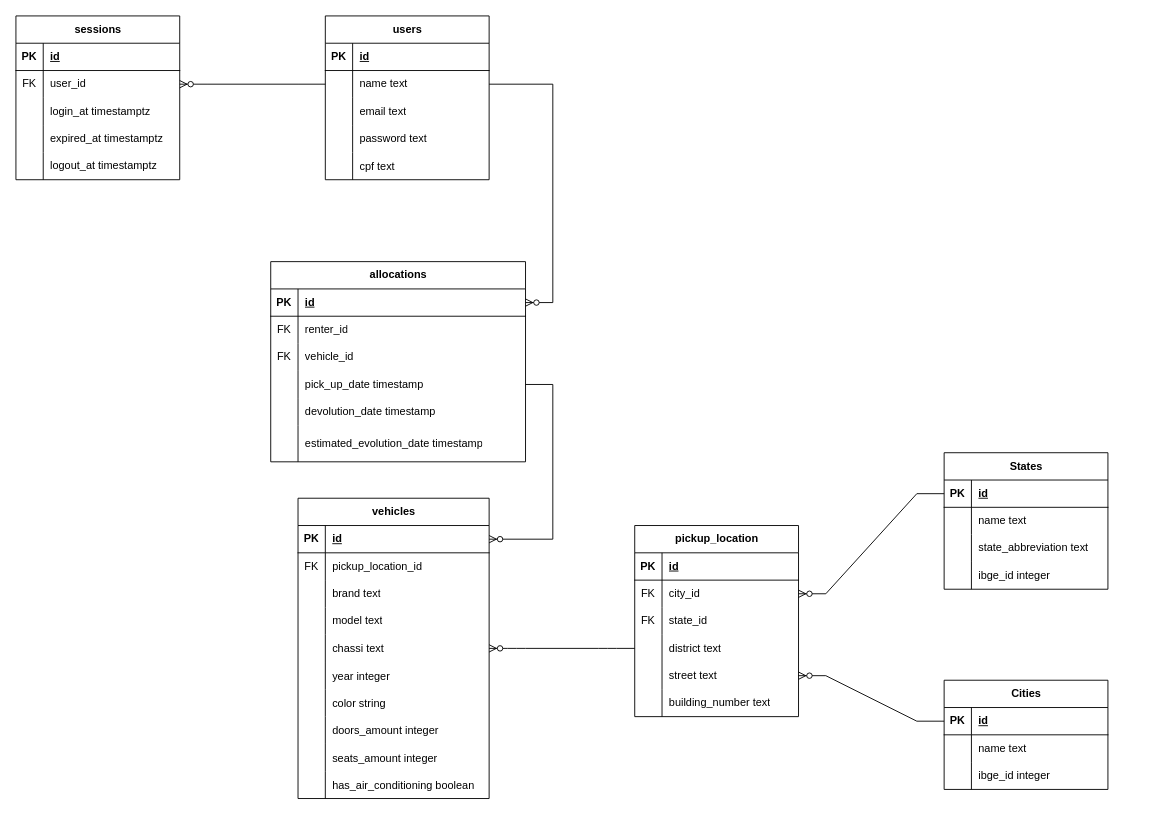
The draw.io diagram docs/model.drawio in RobertCrysthian/go-vehicle-allocation, before the edit. Source tidied: cells renumbered, new cells numbered last; positions are measured from the earlier drawing's top-left corner, leaving out a move shared by most shapes. Both pictures are drawn from the tidied source at 91%, with x=0, y=0 at pixel (15, 15).
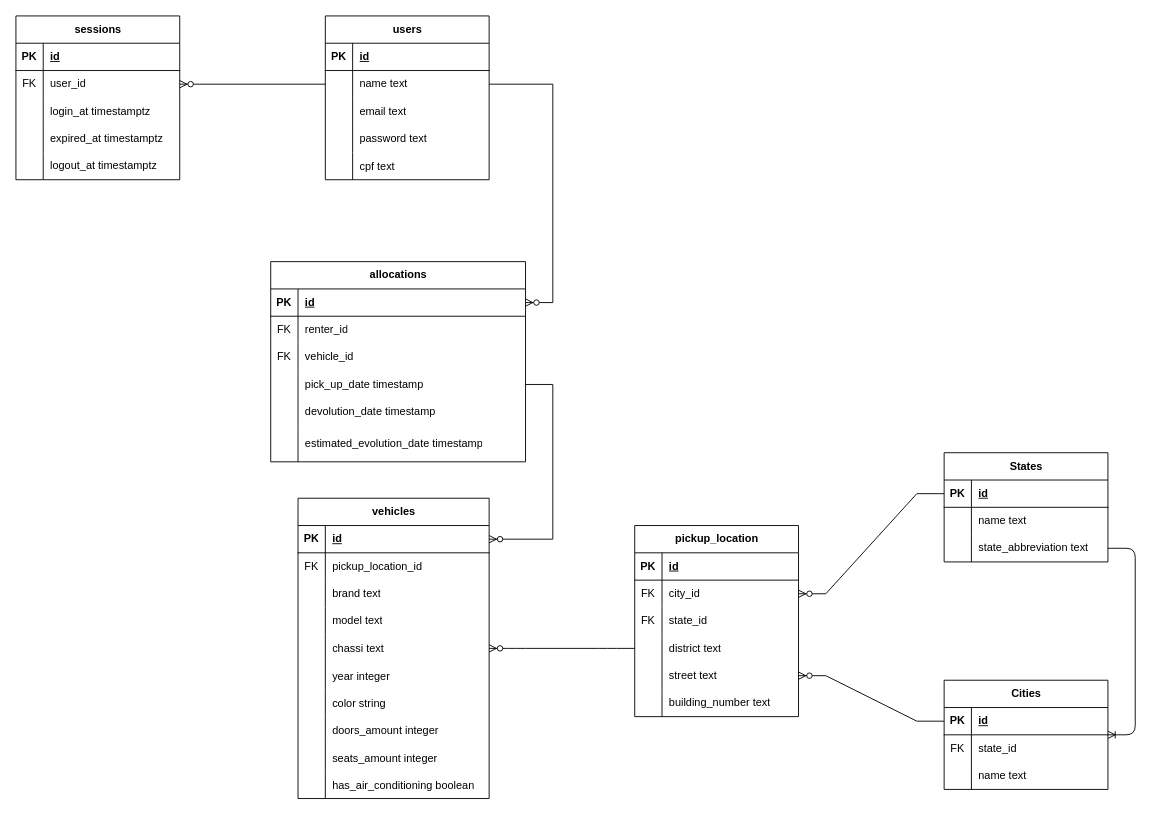
After the change.

Commit message:
Atualizando modelagem

The change refers to these unchanged cells:
```xml
<mxCell id="113" style="shape=tableRow;horizontal=0;startSize=0;swimlaneHead=0;swimlaneBody=0;fillColor=none;points=[[0,0.5],[1,0.5]];portConstraint=eastwest;top=0;left=0;right=0;bottom=0;" parent="106" vertex="1">
  <mxGeometry y="90" width="180" height="30" as="geometry" />
</mxCell>
<mxCell id="119" value="Cities" style="shape=table;startSize=30;childLayout=tableLayout;rowLines=0;fontStyle=1;align=center;html=1;" parent="1" vertex="1">
  <mxGeometry x="1020" y="730" width="180" height="120" as="geometry" />
</mxCell>
```

Change to the diagram source:
```diff
@@
     <mxCell id="106" value="States" style="shape=table;startSize=30;childLayout=tableLayout;rowLines=0;fontStyle=1;align=center;html=1;" parent="1" vertex="1">
-      <mxGeometry x="1020" y="480" width="180" height="150" as="geometry" />
+      <mxGeometry x="1020" y="480" width="180" height="120" as="geometry" />
     </mxCell>
@@
-    <mxCell id="116" style="shape=tableRow;horizontal=0;startSize=0;swimlaneHead=0;swimlaneBody=0;fillColor=none;top=0;left=0;right=0;bottom=0;" parent="106" vertex="1">
-      <mxGeometry y="120" width="180" height="30" as="geometry" />
-    </mxCell>
-    <mxCell id="117" style="shape=partialRectangle;fillColor=none;top=0;left=0;bottom=0;right=0;overflow=hidden;whiteSpace=wrap;html=1;" parent="116" vertex="1">
-      <mxGeometry width="30" height="30" as="geometry" />
-    </mxCell>
-    <mxCell id="118" value="ibge_id integer" style="shape=partialRectangle;fillColor=none;top=0;left=0;bottom=0;right=0;align=left;spacingLeft=6;overflow=hidden;whiteSpace=wrap;html=1;" parent="116" vertex="1">
-      <mxGeometry x="30" width="150" height="30" as="geometry" />
-    </mxCell>
@@
+    <mxCell id="132" style="shape=tableRow;horizontal=0;startSize=0;swimlaneHead=0;swimlaneBody=0;fillColor=none;top=0;left=0;right=0;bottom=0;" parent="119" vertex="1">
+      <mxGeometry y="60" width="180" height="30" as="geometry" />
+    </mxCell>
+    <mxCell id="133" value="FK" style="shape=partialRectangle;fillColor=none;top=0;left=0;bottom=0;right=0;fontStyle=0;overflow=hidden;whiteSpace=wrap;html=1;" parent="132" vertex="1">
+      <mxGeometry width="30" height="30" as="geometry" />
+    </mxCell>
+    <mxCell id="134" value="state_id" style="shape=partialRectangle;fillColor=none;top=0;left=0;bottom=0;right=0;align=left;spacingLeft=6;fontStyle=0;overflow=hidden;whiteSpace=wrap;html=1;" parent="132" vertex="1">
+      <mxGeometry x="30" width="150" height="30" as="geometry" />
+    </mxCell>
     <mxCell id="123" style="shape=tableRow;horizontal=0;startSize=0;swimlaneHead=0;swimlaneBody=0;fillColor=none;top=0;left=0;right=0;bottom=0;" parent="119" vertex="1">
-      <mxGeometry y="60" width="180" height="30" as="geometry" />
+      <mxGeometry y="90" width="180" height="30" as="geometry" />
     </mxCell>
@@
-    <mxCell id="126" style="shape=tableRow;horizontal=0;startSize=0;swimlaneHead=0;swimlaneBody=0;fillColor=none;top=0;left=0;right=0;bottom=0;" parent="119" vertex="1">
-      <mxGeometry y="90" width="180" height="30" as="geometry" />
-    </mxCell>
-    <mxCell id="127" style="shape=partialRectangle;fillColor=none;top=0;left=0;bottom=0;right=0;overflow=hidden;whiteSpace=wrap;html=1;" parent="126" vertex="1">
-      <mxGeometry width="30" height="30" as="geometry" />
-    </mxCell>
-    <mxCell id="128" value="ibge_id integer" style="shape=partialRectangle;fillColor=none;top=0;left=0;bottom=0;right=0;align=left;spacingLeft=6;overflow=hidden;whiteSpace=wrap;html=1;" parent="126" vertex="1">
-      <mxGeometry x="30" width="150" height="30" as="geometry" />
-    </mxCell>
@@
+    <mxCell id="135" style="edgeStyle=entityRelationEdgeStyle;fontSize=12;html=1;endArrow=ERoneToMany;" parent="1" edge="1" source="113" target="119">
+      <mxGeometry relative="1" as="geometry">
+        <Array as="points">
+          <mxPoint x="1260" y="750" />
+        </Array>
+      </mxGeometry>
+    </mxCell>
```
